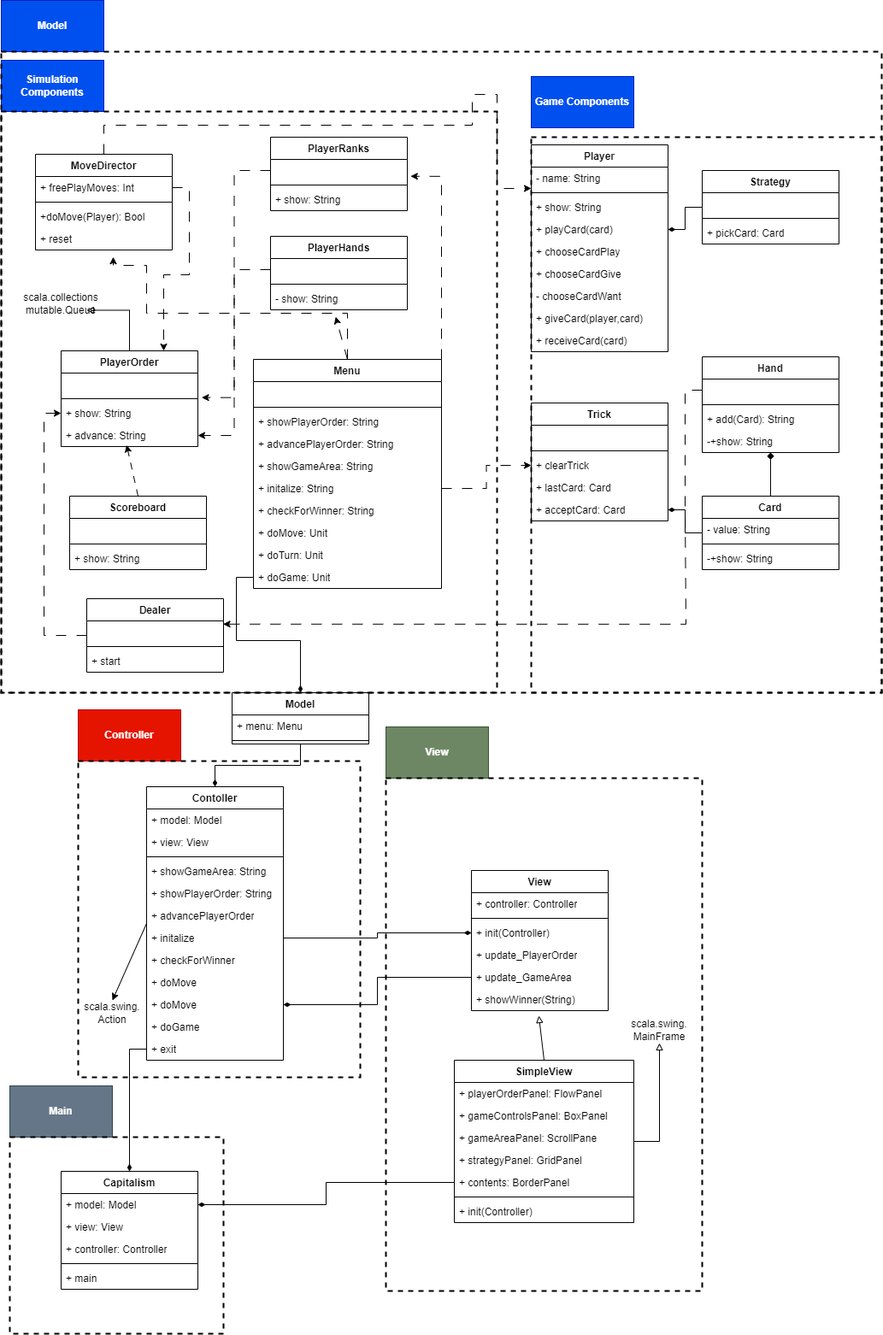
gbv3003/capitalism-personal keeps this draw.io diagram as Capatalism_Updated_Class_Diagram.png. Above is the earlier version. Source tidied: cells renumbered, new cells last; positions are measured from the earlier drawing's top-left corner, leaving out a move shared by most shapes.
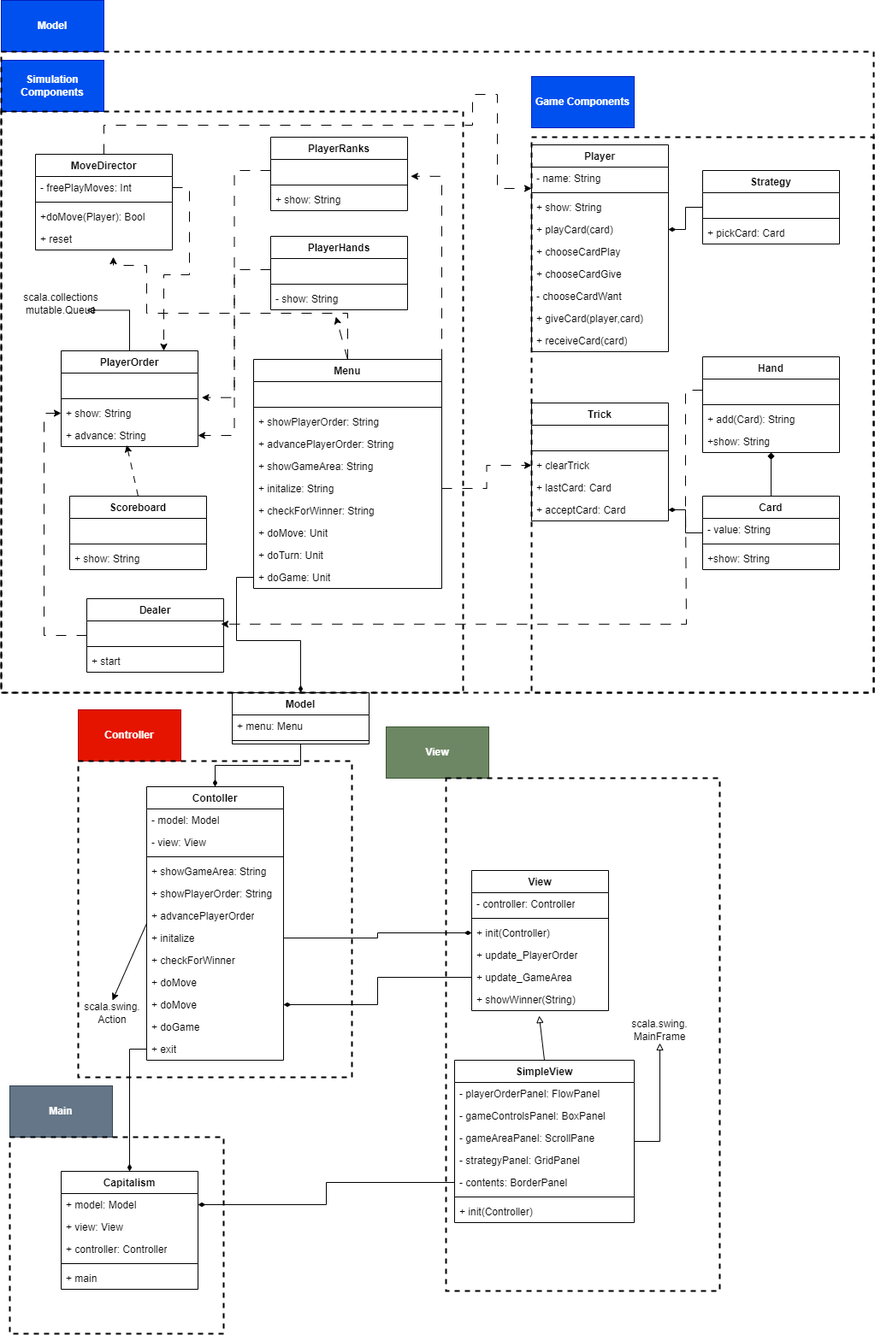
Later version of the same file.

What changed in the source:
```diff
@@ -44,7 +44,7 @@
     <mxCell id="15" value="+ add(Card): String" style="text;strokeColor=none;fillColor=none;align=left;verticalAlign=top;spacingLeft=4;spacingRight=4;overflow=hidden;whiteSpace=wrap;html=1;" parent="12" vertex="1">
       <mxGeometry y="60" width="160" height="26" as="geometry" />
     </mxCell>
-    <mxCell id="16" value="-+show: String" style="text;strokeColor=none;fillColor=none;align=left;verticalAlign=top;spacingLeft=4;spacingRight=4;overflow=hidden;whiteSpace=wrap;html=1;" parent="12" vertex="1">
+    <mxCell id="16" value="+show: String" style="text;strokeColor=none;fillColor=none;align=left;verticalAlign=top;spacingLeft=4;spacingRight=4;overflow=hidden;whiteSpace=wrap;html=1;" parent="12" vertex="1">
       <mxGeometry y="86" width="160" height="26" as="geometry" />
     </mxCell>
     <mxCell id="17" style="rounded=0;jettySize=auto;html=1;exitX=0.5;exitY=0;exitDx=0;exitDy=0;endArrow=diamond;endFill=1;" parent="1" edge="1" source="19" target="12">
@@ -62,7 +62,7 @@
     <mxCell id="21" style="line;strokeWidth=1;fillColor=none;align=left;verticalAlign=middle;spacingTop=-1;spacingLeft=3;spacingRight=3;labelPosition=right;strokeColor=inherit;" parent="19" vertex="1">
       <mxGeometry y="52" width="160" height="8" as="geometry" />
     </mxCell>
-    <mxCell id="22" value="-+show: String" style="text;strokeColor=none;fillColor=none;align=left;verticalAlign=top;spacingLeft=4;spacingRight=4;overflow=hidden;whiteSpace=wrap;html=1;" parent="19" vertex="1">
+    <mxCell id="22" value="+show: String" style="text;strokeColor=none;fillColor=none;align=left;verticalAlign=top;spacingLeft=4;spacingRight=4;overflow=hidden;whiteSpace=wrap;html=1;" parent="19" vertex="1">
       <mxGeometry y="60" width="160" height="26" as="geometry" />
     </mxCell>
     <mxCell id="23" style="edgeStyle=orthogonalEdgeStyle;rounded=0;jettySize=auto;html=1;exitX=0.5;exitY=0;exitDx=0;exitDy=0;entryX=1;entryY=0.75;entryDx=0;entryDy=0;endArrow=block;endFill=0;" parent="1" edge="1" source="24" target="131">
@@ -199,10 +199,10 @@
     <mxCell id="64" value="Contoller" style="swimlane;fontStyle=1;align=center;verticalAlign=top;horizontal=1;startSize=26;whiteSpace=wrap;html=1;" parent="1" vertex="1">
       <mxGeometry x="170" y="920" width="160" height="320" as="geometry" />
     </mxCell>
-    <mxCell id="65" value="+ model: Model" style="text;strokeColor=none;fillColor=none;align=left;verticalAlign=top;spacingLeft=4;spacingRight=4;overflow=hidden;whiteSpace=wrap;html=1;" parent="64" vertex="1">
+    <mxCell id="65" value="- model: Model" style="text;strokeColor=none;fillColor=none;align=left;verticalAlign=top;spacingLeft=4;spacingRight=4;overflow=hidden;whiteSpace=wrap;html=1;" parent="64" vertex="1">
       <mxGeometry y="26" width="160" height="26" as="geometry" />
     </mxCell>
-    <mxCell id="66" value="+ view: View" style="text;strokeColor=none;fillColor=none;align=left;verticalAlign=top;spacingLeft=4;spacingRight=4;overflow=hidden;whiteSpace=wrap;html=1;" parent="64" vertex="1">
+    <mxCell id="66" value="- view: View" style="text;strokeColor=none;fillColor=none;align=left;verticalAlign=top;spacingLeft=4;spacingRight=4;overflow=hidden;whiteSpace=wrap;html=1;" parent="64" vertex="1">
       <mxGeometry y="52" width="160" height="26" as="geometry" />
     </mxCell>
     <mxCell id="67" style="line;strokeWidth=1;fillColor=none;align=left;verticalAlign=middle;spacingTop=-1;spacingLeft=3;spacingRight=3;labelPosition=right;strokeColor=inherit;" parent="64" vertex="1">
@@ -239,7 +239,7 @@
       <mxGeometry width="120" height="60" as="geometry" />
     </mxCell>
     <mxCell id="78" style="rounded=0;whiteSpace=wrap;html=1;dashed=1;fillColor=none;strokeWidth=2;" parent="1" vertex="1">
-      <mxGeometry x="90" y="890" width="330" height="370" as="geometry" />
+      <mxGeometry x="90" y="890" width="320" height="370" as="geometry" />
     </mxCell>
     <mxCell id="79" style="rounded=0;whiteSpace=wrap;html=1;dashed=1;fillColor=none;strokeWidth=2;" parent="1" vertex="1">
       <mxGeometry x="10" y="1330" width="250" height="230" as="geometry" />
@@ -268,7 +268,7 @@
     <mxCell id="87" value="View" style="swimlane;fontStyle=1;align=center;verticalAlign=top;horizontal=1;startSize=26;whiteSpace=wrap;html=1;" parent="1" vertex="1">
       <mxGeometry x="550" y="1018" width="160" height="164" as="geometry" />
     </mxCell>
-    <mxCell id="88" value="+ controller: Controller" style="text;strokeColor=none;fillColor=none;align=left;verticalAlign=top;spacingLeft=4;spacingRight=4;overflow=hidden;whiteSpace=wrap;html=1;" parent="87" vertex="1">
+    <mxCell id="88" value="- controller: Controller" style="text;strokeColor=none;fillColor=none;align=left;verticalAlign=top;spacingLeft=4;spacingRight=4;overflow=hidden;whiteSpace=wrap;html=1;" parent="87" vertex="1">
       <mxGeometry y="26" width="160" height="26" as="geometry" />
     </mxCell>
     <mxCell id="89" style="line;strokeWidth=1;fillColor=none;align=left;verticalAlign=middle;spacingTop=-1;spacingLeft=3;spacingRight=3;labelPosition=right;strokeColor=inherit;" parent="87" vertex="1">
@@ -292,19 +292,19 @@
     <mxCell id="95" value="SimpleView" style="swimlane;fontStyle=1;align=center;verticalAlign=top;horizontal=1;startSize=26;whiteSpace=wrap;html=1;" parent="1" vertex="1">
       <mxGeometry x="530" y="1240" width="210" height="190" as="geometry" />
     </mxCell>
-    <mxCell id="96" value="+ playerOrderPanel: FlowPanel" style="text;strokeColor=none;fillColor=none;align=left;verticalAlign=top;spacingLeft=4;spacingRight=4;overflow=hidden;whiteSpace=wrap;html=1;" parent="95" vertex="1">
+    <mxCell id="96" value="- playerOrderPanel: FlowPanel" style="text;strokeColor=none;fillColor=none;align=left;verticalAlign=top;spacingLeft=4;spacingRight=4;overflow=hidden;whiteSpace=wrap;html=1;" parent="95" vertex="1">
       <mxGeometry y="26" width="210" height="26" as="geometry" />
     </mxCell>
-    <mxCell id="97" value="+ gameControlsPanel: BoxPanel&amp;nbsp;" style="text;strokeColor=none;fillColor=none;align=left;verticalAlign=top;spacingLeft=4;spacingRight=4;overflow=hidden;whiteSpace=wrap;html=1;" parent="95" vertex="1">
+    <mxCell id="97" value="- gameControlsPanel: BoxPanel&amp;nbsp;" style="text;strokeColor=none;fillColor=none;align=left;verticalAlign=top;spacingLeft=4;spacingRight=4;overflow=hidden;whiteSpace=wrap;html=1;" parent="95" vertex="1">
       <mxGeometry y="52" width="210" height="26" as="geometry" />
     </mxCell>
-    <mxCell id="98" value="+ gameAreaPanel: ScrollPane" style="text;strokeColor=none;fillColor=none;align=left;verticalAlign=top;spacingLeft=4;spacingRight=4;overflow=hidden;whiteSpace=wrap;html=1;" parent="95" vertex="1">
+    <mxCell id="98" value="- gameAreaPanel: ScrollPane" style="text;strokeColor=none;fillColor=none;align=left;verticalAlign=top;spacingLeft=4;spacingRight=4;overflow=hidden;whiteSpace=wrap;html=1;" parent="95" vertex="1">
       <mxGeometry y="78" width="210" height="26" as="geometry" />
     </mxCell>
-    <mxCell id="99" value="+ strategyPanel: GridPanel" style="text;strokeColor=none;fillColor=none;align=left;verticalAlign=top;spacingLeft=4;spacingRight=4;overflow=hidden;whiteSpace=wrap;html=1;" parent="95" vertex="1">
+    <mxCell id="99" value="- strategyPanel: GridPanel" style="text;strokeColor=none;fillColor=none;align=left;verticalAlign=top;spacingLeft=4;spacingRight=4;overflow=hidden;whiteSpace=wrap;html=1;" parent="95" vertex="1">
       <mxGeometry y="104" width="210" height="26" as="geometry" />
     </mxCell>
-    <mxCell id="100" value="+ contents: BorderPanel" style="text;strokeColor=none;fillColor=none;align=left;verticalAlign=top;spacingLeft=4;spacingRight=4;overflow=hidden;points=[[0,0.5],[1,0.5]];portConstraint=eastwest;whiteSpace=wrap;html=1;" parent="95" vertex="1">
+    <mxCell id="100" value="- contents: BorderPanel" style="text;strokeColor=none;fillColor=none;align=left;verticalAlign=top;spacingLeft=4;spacingRight=4;overflow=hidden;points=[[0,0.5],[1,0.5]];portConstraint=eastwest;whiteSpace=wrap;html=1;" parent="95" vertex="1">
       <mxGeometry y="130" width="210" height="26" as="geometry" />
     </mxCell>
     <mxCell id="101" style="line;strokeWidth=1;fillColor=none;align=left;verticalAlign=middle;spacingTop=-1;spacingLeft=3;spacingRight=3;labelPosition=right;strokeColor=inherit;" parent="95" vertex="1">
@@ -320,7 +320,7 @@
       <mxGeometry relative="1" as="geometry" />
     </mxCell>
     <mxCell id="105" style="rounded=0;whiteSpace=wrap;html=1;dashed=1;fillColor=none;strokeWidth=2;" parent="1" vertex="1">
-      <mxGeometry x="450" y="910" width="370" height="600" as="geometry" />
+      <mxGeometry x="520" y="910" width="320" height="600" as="geometry" />
     </mxCell>
     <mxCell id="106" style="edgeStyle=orthogonalEdgeStyle;rounded=0;jettySize=auto;html=1;exitX=0;exitY=0.5;exitDx=0;exitDy=0;entryX=0.5;entryY=0;entryDx=0;entryDy=0;endArrow=diamondThin;endFill=1;" parent="1" edge="1" source="76" target="80">
       <mxGeometry relative="1" as="geometry" />
@@ -393,7 +393,7 @@
     <mxCell id="126" value="MoveDirector" style="swimlane;fontStyle=1;align=center;verticalAlign=top;horizontal=1;startSize=26;whiteSpace=wrap;html=1;" parent="1" vertex="1">
       <mxGeometry x="40" y="180" width="160" height="112" as="geometry" />
     </mxCell>
-    <mxCell id="127" value="+ freePlayMoves: Int" style="text;strokeColor=none;fillColor=none;align=left;verticalAlign=top;spacingLeft=4;spacingRight=4;overflow=hidden;points=[[0,0.5],[1,0.5]];portConstraint=eastwest;whiteSpace=wrap;html=1;" parent="126" vertex="1">
+    <mxCell id="127" value="- freePlayMoves: Int" style="text;strokeColor=none;fillColor=none;align=left;verticalAlign=top;spacingLeft=4;spacingRight=4;overflow=hidden;points=[[0,0.5],[1,0.5]];portConstraint=eastwest;whiteSpace=wrap;html=1;" parent="126" vertex="1">
       <mxGeometry y="26" width="160" height="26" as="geometry" />
     </mxCell>
     <mxCell id="128" style="line;strokeWidth=1;fillColor=none;align=left;verticalAlign=middle;spacingTop=-1;spacingLeft=3;spacingRight=3;labelPosition=right;strokeColor=inherit;" parent="126" vertex="1">
@@ -433,13 +433,13 @@
       <mxGeometry relative="1" as="geometry" />
     </mxCell>
     <mxCell id="140" style="rounded=0;whiteSpace=wrap;html=1;dashed=1;fillColor=none;strokeWidth=2;" parent="1" vertex="1">
-      <mxGeometry x="620" y="160" width="410" height="650" as="geometry" />
+      <mxGeometry x="620" y="160" width="400" height="650" as="geometry" />
     </mxCell>
     <mxCell id="141" style="rounded=0;whiteSpace=wrap;html=1;dashed=1;fillColor=none;strokeWidth=2;" parent="1" vertex="1">
-      <mxGeometry y="130" width="580" height="680" as="geometry" />
+      <mxGeometry y="130" width="540" height="680" as="geometry" />
     </mxCell>
     <mxCell id="142" style="rounded=0;whiteSpace=wrap;html=1;dashed=1;fillColor=none;strokeWidth=2;" parent="1" vertex="1">
-      <mxGeometry y="60" width="1030" height="750" as="geometry" />
+      <mxGeometry y="60" width="1020" height="750" as="geometry" />
     </mxCell>
     <mxCell id="143" style="edgeStyle=orthogonalEdgeStyle;rounded=0;jettySize=auto;html=1;exitX=0;exitY=0.5;exitDx=0;exitDy=0;entryX=0.252;entryY=0.893;entryDx=0;entryDy=0;entryPerimeter=0;dashed=1;dashPattern=12 12;" parent="1" edge="1" source="13" target="142">
       <mxGeometry relative="1" as="geometry">
```
